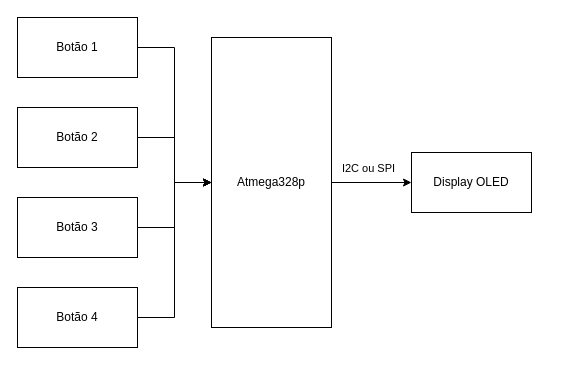
Before: Hardware.drawio in ArgolloTechnology/LABSI, a draw.io diagram. Source tidied: cells renumbered, new cells numbered last; positions are measured from the earlier drawing's top-left corner, leaving out a move shared by most shapes. Both pictures are drawn from the tidied source at 100%, with x=0, y=0 at pixel (17, 17).
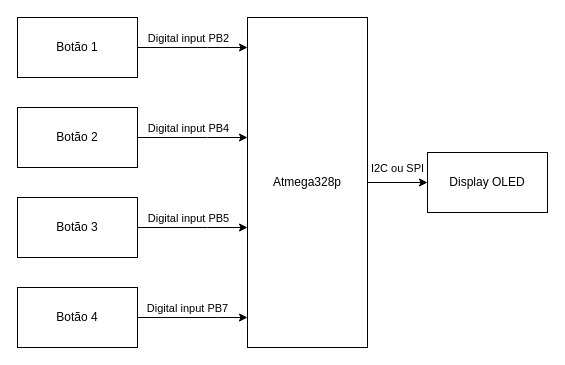
The same diagram, later.

The change refers to these unchanged cells:
```xml
<mxCell id="6" value="Botão 1" style="rounded=0;whiteSpace=wrap;html=1;" parent="1" vertex="1">
  <mxGeometry width="120" height="60" as="geometry" />
</mxCell>
<mxCell id="8" value="Botão 2" style="rounded=0;whiteSpace=wrap;html=1;" parent="1" vertex="1">
  <mxGeometry y="90" width="120" height="60" as="geometry" />
</mxCell>
<mxCell id="10" value="Botão 3" style="rounded=0;whiteSpace=wrap;html=1;" parent="1" vertex="1">
  <mxGeometry y="180" width="120" height="60" as="geometry" />
</mxCell>
<mxCell id="12" value="Botão 4" style="rounded=0;whiteSpace=wrap;html=1;" parent="1" vertex="1">
  <mxGeometry y="270" width="120" height="60" as="geometry" />
</mxCell>
```

The edit, as a diff of the source:
```diff
@@
     <mxCell id="4" value="Atmega328p" style="rounded=0;whiteSpace=wrap;html=1;" parent="1" vertex="1">
-      <mxGeometry x="194" y="20" width="120" height="290" as="geometry" />
+      <mxGeometry x="230" width="120" height="330" as="geometry" />
     </mxCell>
     <mxCell id="5" style="edgeStyle=orthogonalEdgeStyle;rounded=0;jettySize=auto;html=1;" parent="1" edge="1" source="6" target="4">
-      <mxGeometry relative="1" as="geometry" />
+      <mxGeometry relative="1" as="geometry">
+        <Array as="points">
+          <mxPoint x="190" y="30" />
+          <mxPoint x="190" y="30" />
+        </Array>
+      </mxGeometry>
     </mxCell>
+    <mxCell id="14" value="Digital input PB2" style="edgeLabel;html=1;align=center;verticalAlign=middle;" parent="5" vertex="1">
+      <mxGeometry x="-0.38" y="5" relative="1" as="geometry">
+        <mxPoint x="16" y="-5" as="offset" />
+      </mxGeometry>
+    </mxCell>
@@
     <mxCell id="7" style="edgeStyle=orthogonalEdgeStyle;rounded=0;jettySize=auto;html=1;" parent="1" edge="1" source="8" target="4">
-      <mxGeometry relative="1" as="geometry" />
+      <mxGeometry relative="1" as="geometry">
+        <Array as="points">
+          <mxPoint x="190" y="120" />
+          <mxPoint x="190" y="120" />
+        </Array>
+      </mxGeometry>
     </mxCell>
+    <mxCell id="15" value="Digital input&amp;nbsp;PB4" style="edgeLabel;html=1;align=center;verticalAlign=middle;" parent="7" vertex="1">
+      <mxGeometry x="-0.7" y="2" relative="1" as="geometry">
+        <mxPoint x="33" y="-8" as="offset" />
+      </mxGeometry>
+    </mxCell>
@@
     <mxCell id="9" style="edgeStyle=orthogonalEdgeStyle;rounded=0;jettySize=auto;html=1;" parent="1" edge="1" source="10" target="4">
-      <mxGeometry relative="1" as="geometry" />
+      <mxGeometry relative="1" as="geometry">
+        <Array as="points">
+          <mxPoint x="190" y="210" />
+          <mxPoint x="190" y="210" />
+        </Array>
+      </mxGeometry>
     </mxCell>
+    <mxCell id="16" value="Digital input&amp;nbsp;PB5" style="edgeLabel;html=1;align=center;verticalAlign=middle;" parent="9" vertex="1">
+      <mxGeometry x="-0.68" y="3" relative="1" as="geometry">
+        <mxPoint x="32" y="-7" as="offset" />
+      </mxGeometry>
+    </mxCell>
@@
     <mxCell id="11" style="edgeStyle=orthogonalEdgeStyle;rounded=0;jettySize=auto;html=1;" parent="1" edge="1" source="12" target="4">
-      <mxGeometry relative="1" as="geometry" />
+      <mxGeometry relative="1" as="geometry">
+        <Array as="points">
+          <mxPoint x="200" y="300" />
+          <mxPoint x="200" y="300" />
+        </Array>
+      </mxGeometry>
     </mxCell>
+    <mxCell id="17" value="Digital input&amp;nbsp;PB7" style="edgeLabel;html=1;align=center;verticalAlign=middle;" parent="11" vertex="1">
+      <mxGeometry x="-0.81" y="2" relative="1" as="geometry">
+        <mxPoint x="39" y="-8" as="offset" />
+      </mxGeometry>
+    </mxCell>
@@
     <mxCell id="13" value="Display OLED" style="whiteSpace=wrap;html=1;rounded=0;" parent="1" vertex="1">
-      <mxGeometry x="394" y="135" width="120" height="60" as="geometry" />
+      <mxGeometry x="410" y="135" width="120" height="60" as="geometry" />
     </mxCell>
```
